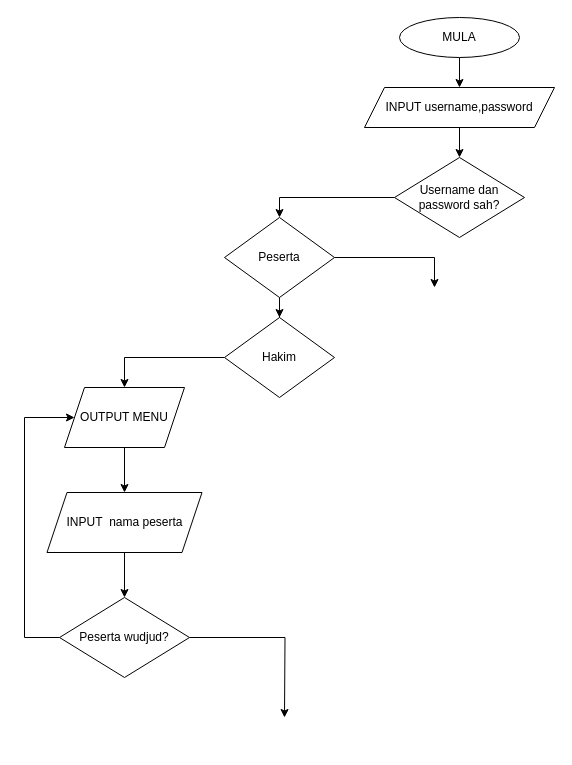
EzraChai/py keeps this draw.io diagram as page "Page-1" (1 of 2) of SKProject.drawio. Above is the earlier version. Source tidied: cells renumbered, new cells numbered last; positions are measured from the earlier drawing's top-left corner, leaving out a move shared by most shapes. Both pictures are drawn from the tidied source at 100%, with x=0, y=0 at pixel (24, 17).
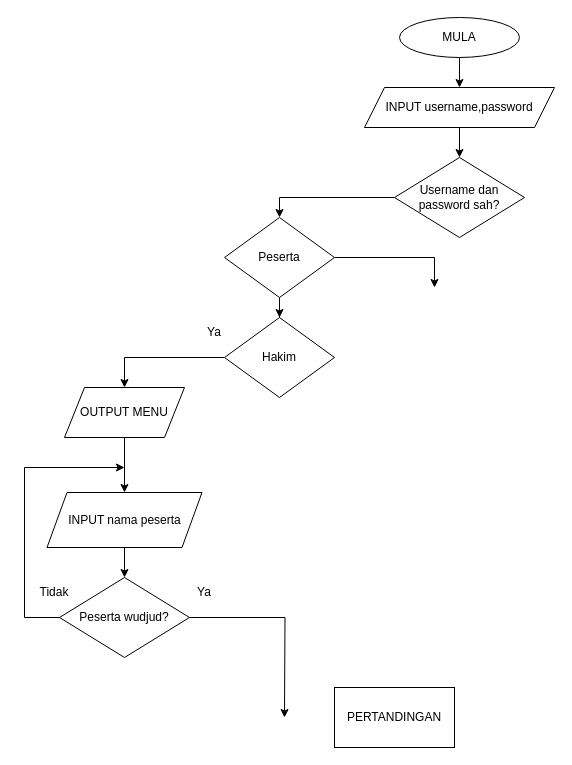
The same page after the edit.

What changed in the source:
```diff
@@
     <mxCell id="14" value="OUTPUT MENU" style="shape=parallelogram;perimeter=parallelogramPerimeter;whiteSpace=wrap;html=1;fixedSize=1;" parent="1" vertex="1">
-      <mxGeometry x="40" y="370" width="120" height="60" as="geometry" />
+      <mxGeometry x="40" y="370" width="120" height="50" as="geometry" />
     </mxCell>
@@
-    <mxCell id="16" value="INPUT&amp;nbsp; nama peserta" style="shape=parallelogram;perimeter=parallelogramPerimeter;whiteSpace=wrap;html=1;fixedSize=1;" parent="1" vertex="1">
-      <mxGeometry x="22.5" y="475" width="155" height="60" as="geometry" />
+    <mxCell id="16" value="INPUT nama peserta" style="shape=parallelogram;perimeter=parallelogramPerimeter;whiteSpace=wrap;html=1;fixedSize=1;" parent="1" vertex="1">
+      <mxGeometry x="22.5" y="475" width="155" height="55" as="geometry" />
     </mxCell>
@@
-    <mxCell id="18" style="edgeStyle=orthogonalEdgeStyle;rounded=0;jettySize=auto;html=1;exitX=0;exitY=0.5;exitDx=0;exitDy=0;entryX=0;entryY=0.5;entryDx=0;entryDy=0;" parent="1" edge="1" source="19" target="14">
+    <mxCell id="18" style="edgeStyle=orthogonalEdgeStyle;rounded=0;jettySize=auto;html=1;exitX=0;exitY=0.5;exitDx=0;exitDy=0;" parent="1" edge="1" source="19">
       <mxGeometry relative="1" as="geometry">
+        <mxPoint x="100" y="450" as="targetPoint" />
         <Array as="points">
-          <mxPoint y="620" />
-          <mxPoint y="400" />
+          <mxPoint y="600" />
+          <mxPoint y="450" />
         </Array>
       </mxGeometry>
     </mxCell>
     <mxCell id="19" value="Peserta wudjud?" style="rhombus;whiteSpace=wrap;html=1;" parent="1" vertex="1">
-      <mxGeometry x="35" y="580" width="130" height="80" as="geometry" />
+      <mxGeometry x="35" y="560" width="130" height="80" as="geometry" />
     </mxCell>
+    <mxCell id="20" value="&lt;div&gt;Tidak&lt;/div&gt;" style="text;html=1;strokeColor=none;fillColor=none;align=center;verticalAlign=middle;whiteSpace=wrap;rounded=0;" parent="1" vertex="1">
+      <mxGeometry y="560" width="60" height="30" as="geometry" />
+    </mxCell>
+    <mxCell id="21" value="Ya" style="text;html=1;strokeColor=none;fillColor=none;align=center;verticalAlign=middle;whiteSpace=wrap;rounded=0;" parent="1" vertex="1">
+      <mxGeometry x="160" y="300" width="60" height="30" as="geometry" />
+    </mxCell>
+    <mxCell id="22" value="Ya" style="text;html=1;strokeColor=none;fillColor=none;align=center;verticalAlign=middle;whiteSpace=wrap;rounded=0;" parent="1" vertex="1">
+      <mxGeometry x="150" y="560" width="60" height="30" as="geometry" />
+    </mxCell>
+    <mxCell id="23" value="PERTANDINGAN" style="rounded=0;whiteSpace=wrap;html=1;" parent="1" vertex="1">
+      <mxGeometry x="310" y="670" width="120" height="60" as="geometry" />
+    </mxCell>
```
